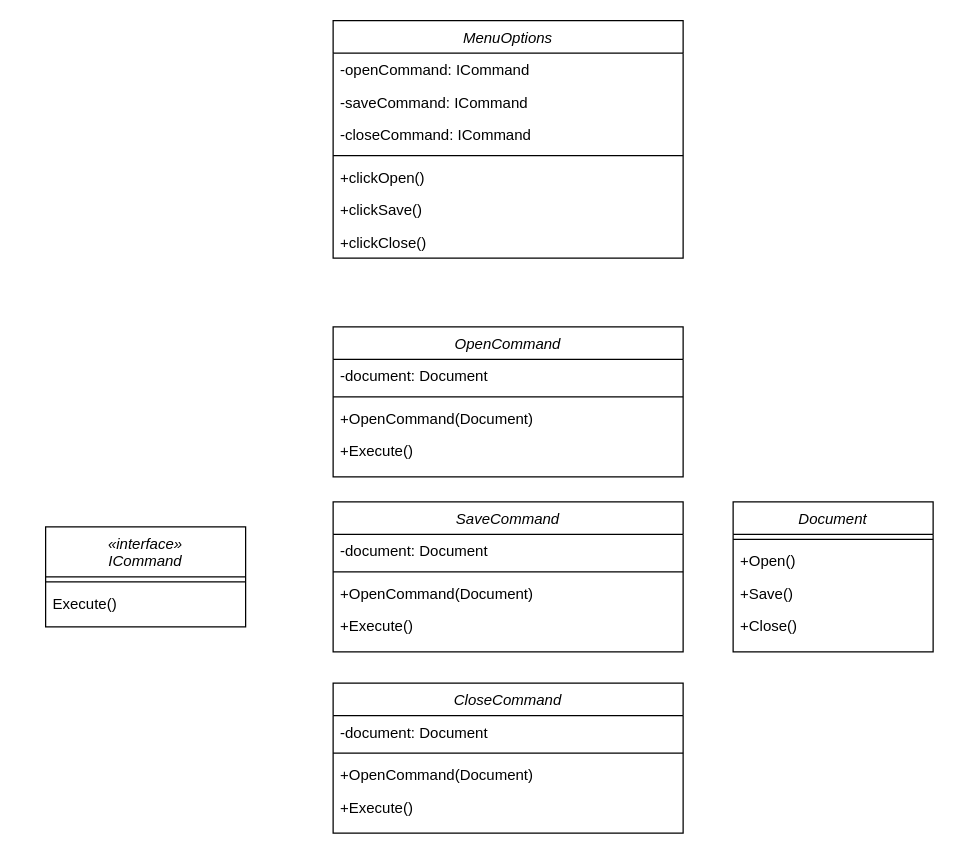
Above: page "Command" (2 of 2) of Class Diagram.drawio in seongguk92/DesignPatternExample (draw.io), before the change. Source tidied: cells renumbered, new cells numbered last; positions are measured from the earlier drawing's top-left corner, leaving out a move shared by most shapes. Both pictures are drawn from the tidied source at 125%, with x=0, y=0 at pixel (45, 20).
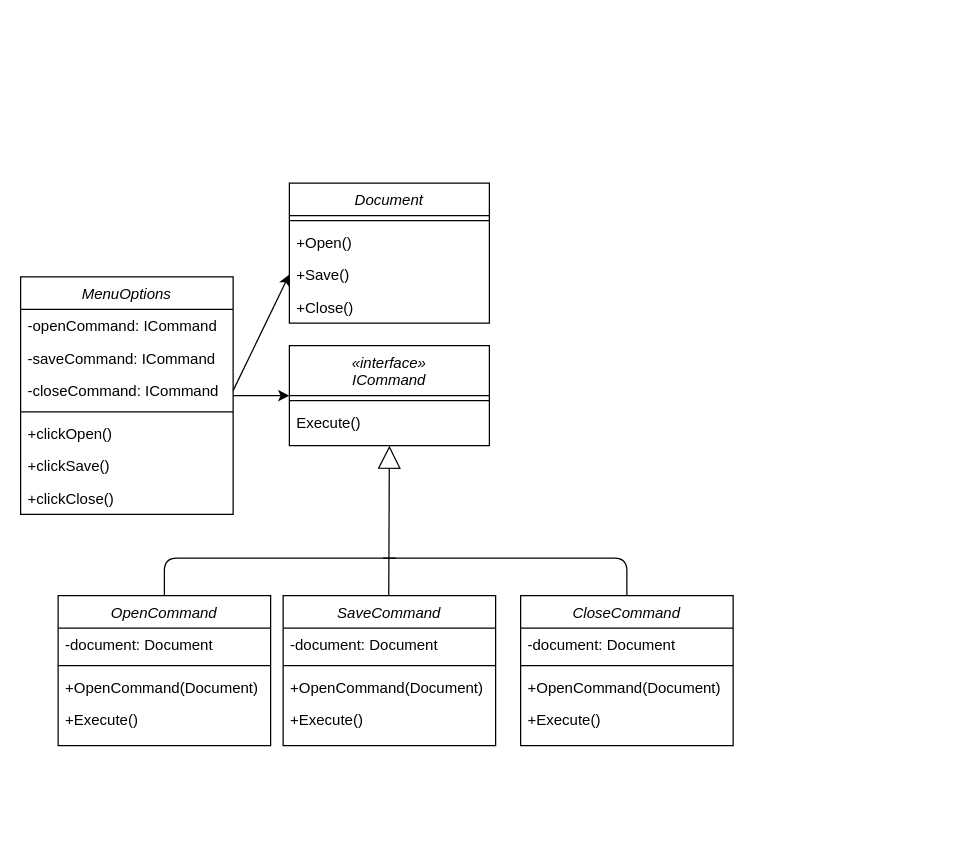
Above is the later version.

Commit message:
Command Pattern Class Diagram Update.drawio

Unchanged cells that the change refers to:
```xml
<mxCell id="5" value="+Save()&#10;" style="text;align=left;verticalAlign=top;spacingLeft=4;spacingRight=4;overflow=hidden;points=[[0,0.5],[1,0.5]];portConstraint=eastwest;" parent="2" vertex="1">
  <mxGeometry y="60" width="160" height="26" as="geometry" />
</mxCell>
```

Diff of the diagram source:
```diff
@@
     <mxCell id="2" value="Document&#10;" style="swimlane;fontStyle=2;align=center;verticalAlign=top;horizontal=1;startSize=26;rounded=0;shadow=0;strokeWidth=1;" parent="1" vertex="1">
-      <mxGeometry x="550" y="385" width="160" height="120" as="geometry" />
+      <mxGeometry x="195" y="130" width="160" height="112" as="geometry" />
     </mxCell>
@@
     <mxCell id="7" value="«interface»&#10;ICommand" style="swimlane;fontStyle=2;align=center;verticalAlign=top;horizontal=1;startSize=40;rounded=0;shadow=0;strokeWidth=1;" parent="1" vertex="1">
-      <mxGeometry y="405" width="160" height="80" as="geometry" />
+      <mxGeometry x="195" y="260" width="160" height="80" as="geometry" />
     </mxCell>
@@
     <mxCell id="10" value="OpenCommand" style="swimlane;fontStyle=2;align=center;verticalAlign=top;horizontal=1;startSize=26;rounded=0;shadow=0;strokeWidth=1;" parent="1" vertex="1">
-      <mxGeometry x="230" y="245" width="280" height="120" as="geometry" />
+      <mxGeometry x="10" y="460" width="170" height="120" as="geometry" />
     </mxCell>
     <mxCell id="11" value="-document: Document" style="text;align=left;verticalAlign=top;spacingLeft=4;spacingRight=4;overflow=hidden;" parent="10" vertex="1">
-      <mxGeometry y="26" width="280" height="26" as="geometry" />
+      <mxGeometry y="26" width="170" height="26" as="geometry" />
     </mxCell>
     <mxCell id="12" style="line;html=1;strokeWidth=1;align=left;verticalAlign=middle;spacingTop=-1;spacingLeft=3;spacingRight=3;labelPosition=right;" parent="10" vertex="1">
-      <mxGeometry y="52" width="280" height="8" as="geometry" />
+      <mxGeometry y="52" width="170" height="8" as="geometry" />
     </mxCell>
     <mxCell id="13" value="+OpenCommand(Document)" style="text;align=left;verticalAlign=top;spacingLeft=4;spacingRight=4;overflow=hidden;" parent="10" vertex="1">
-      <mxGeometry y="60" width="280" height="26" as="geometry" />
+      <mxGeometry y="60" width="170" height="26" as="geometry" />
     </mxCell>
     <mxCell id="14" value="+Execute()" style="text;align=left;verticalAlign=top;spacingLeft=4;spacingRight=4;overflow=hidden;" parent="10" vertex="1">
-      <mxGeometry y="86" width="280" height="26" as="geometry" />
+      <mxGeometry y="86" width="170" height="26" as="geometry" />
     </mxCell>
     <mxCell id="15" value="SaveCommand" style="swimlane;fontStyle=2;align=center;verticalAlign=top;horizontal=1;startSize=26;rounded=0;shadow=0;strokeWidth=1;" parent="1" vertex="1">
-      <mxGeometry x="230" y="385" width="280" height="120" as="geometry" />
+      <mxGeometry x="190" y="460" width="170" height="120" as="geometry" />
     </mxCell>
     <mxCell id="16" value="-document: Document" style="text;align=left;verticalAlign=top;spacingLeft=4;spacingRight=4;overflow=hidden;" parent="15" vertex="1">
-      <mxGeometry y="26" width="280" height="26" as="geometry" />
+      <mxGeometry y="26" width="170" height="26" as="geometry" />
     </mxCell>
     <mxCell id="17" style="line;html=1;strokeWidth=1;align=left;verticalAlign=middle;spacingTop=-1;spacingLeft=3;spacingRight=3;labelPosition=right;" parent="15" vertex="1">
-      <mxGeometry y="52" width="280" height="8" as="geometry" />
+      <mxGeometry y="52" width="170" height="8" as="geometry" />
     </mxCell>
     <mxCell id="18" value="+OpenCommand(Document)" style="text;align=left;verticalAlign=top;spacingLeft=4;spacingRight=4;overflow=hidden;" parent="15" vertex="1">
-      <mxGeometry y="60" width="280" height="26" as="geometry" />
+      <mxGeometry y="60" width="170" height="26" as="geometry" />
     </mxCell>
     <mxCell id="19" value="+Execute()" style="text;align=left;verticalAlign=top;spacingLeft=4;spacingRight=4;overflow=hidden;" parent="15" vertex="1">
-      <mxGeometry y="86" width="280" height="26" as="geometry" />
+      <mxGeometry y="86" width="170" height="26" as="geometry" />
     </mxCell>
     <mxCell id="20" value="CloseCommand" style="swimlane;fontStyle=2;align=center;verticalAlign=top;horizontal=1;startSize=26;rounded=0;shadow=0;strokeWidth=1;" parent="1" vertex="1">
-      <mxGeometry x="230" y="530" width="280" height="120" as="geometry" />
+      <mxGeometry x="380" y="460" width="170" height="120" as="geometry" />
     </mxCell>
     <mxCell id="21" value="-document: Document" style="text;align=left;verticalAlign=top;spacingLeft=4;spacingRight=4;overflow=hidden;" parent="20" vertex="1">
-      <mxGeometry y="26" width="280" height="26" as="geometry" />
+      <mxGeometry y="26" width="170" height="26" as="geometry" />
     </mxCell>
     <mxCell id="22" style="line;html=1;strokeWidth=1;align=left;verticalAlign=middle;spacingTop=-1;spacingLeft=3;spacingRight=3;labelPosition=right;" parent="20" vertex="1">
-      <mxGeometry y="52" width="280" height="8" as="geometry" />
+      <mxGeometry y="52" width="170" height="8" as="geometry" />
     </mxCell>
     <mxCell id="23" value="+OpenCommand(Document)" style="text;align=left;verticalAlign=top;spacingLeft=4;spacingRight=4;overflow=hidden;" parent="20" vertex="1">
-      <mxGeometry y="60" width="280" height="26" as="geometry" />
+      <mxGeometry y="60" width="170" height="26" as="geometry" />
     </mxCell>
     <mxCell id="24" value="+Execute()" style="text;align=left;verticalAlign=top;spacingLeft=4;spacingRight=4;overflow=hidden;" parent="20" vertex="1">
-      <mxGeometry y="86" width="280" height="26" as="geometry" />
+      <mxGeometry y="86" width="170" height="26" as="geometry" />
     </mxCell>
     <mxCell id="25" value="MenuOptions" style="swimlane;fontStyle=2;align=center;verticalAlign=top;horizontal=1;startSize=26;rounded=0;shadow=0;strokeWidth=1;" parent="1" vertex="1">
-      <mxGeometry x="230" width="280" height="190" as="geometry" />
+      <mxGeometry x="-20" y="205" width="170" height="190" as="geometry" />
     </mxCell>
     <mxCell id="26" value="-openCommand: ICommand" style="text;align=left;verticalAlign=top;spacingLeft=4;spacingRight=4;overflow=hidden;" parent="25" vertex="1">
-      <mxGeometry y="26" width="280" height="26" as="geometry" />
+      <mxGeometry y="26" width="170" height="26" as="geometry" />
     </mxCell>
     <mxCell id="27" value="-saveCommand: ICommand" style="text;align=left;verticalAlign=top;spacingLeft=4;spacingRight=4;overflow=hidden;" parent="25" vertex="1">
-      <mxGeometry y="52" width="280" height="26" as="geometry" />
+      <mxGeometry y="52" width="170" height="26" as="geometry" />
     </mxCell>
     <mxCell id="28" value="-closeCommand: ICommand" style="text;align=left;verticalAlign=top;spacingLeft=4;spacingRight=4;overflow=hidden;points=[[0,0.5],[1,0.5]];portConstraint=eastwest;" parent="25" vertex="1">
-      <mxGeometry y="78" width="280" height="26" as="geometry" />
+      <mxGeometry y="78" width="170" height="26" as="geometry" />
     </mxCell>
     <mxCell id="29" style="line;html=1;strokeWidth=1;align=left;verticalAlign=middle;spacingTop=-1;spacingLeft=3;spacingRight=3;labelPosition=right;" parent="25" vertex="1">
-      <mxGeometry y="104" width="280" height="8" as="geometry" />
+      <mxGeometry y="104" width="170" height="8" as="geometry" />
     </mxCell>
     <mxCell id="30" value="+clickOpen()" style="text;align=left;verticalAlign=top;spacingLeft=4;spacingRight=4;overflow=hidden;" parent="25" vertex="1">
-      <mxGeometry y="112" width="280" height="26" as="geometry" />
+      <mxGeometry y="112" width="170" height="26" as="geometry" />
     </mxCell>
     <mxCell id="31" value="+clickSave()" style="text;align=left;verticalAlign=top;spacingLeft=4;spacingRight=4;overflow=hidden;" parent="25" vertex="1">
-      <mxGeometry y="138" width="280" height="26" as="geometry" />
+      <mxGeometry y="138" width="170" height="26" as="geometry" />
     </mxCell>
     <mxCell id="32" value="+clickClose()" style="text;align=left;verticalAlign=top;spacingLeft=4;spacingRight=4;overflow=hidden;" parent="25" vertex="1">
-      <mxGeometry y="164" width="280" height="26" as="geometry" />
+      <mxGeometry y="164" width="170" height="26" as="geometry" />
     </mxCell>
+    <mxCell id="33" style="endArrow=block;endSize=16;endFill=0;html=1;entryX=0.5;entryY=1;entryDx=0;entryDy=0;" parent="1" edge="1" target="7">
+      <mxGeometry relative="1" as="geometry">
+        <mxPoint x="274.5" y="460" as="sourcePoint" />
+      </mxGeometry>
+    </mxCell>
+    <mxCell id="34" style="endArrow=none;html=1;exitX=0.5;exitY=0;exitDx=0;exitDy=0;" parent="1" edge="1" source="10">
+      <mxGeometry relative="1" as="geometry">
+        <mxPoint x="280" y="430" as="targetPoint" />
+        <Array as="points">
+          <mxPoint x="95" y="430" />
+        </Array>
+      </mxGeometry>
+    </mxCell>
+    <mxCell id="35" style="endArrow=none;html=1;exitX=0.5;exitY=0;exitDx=0;exitDy=0;" parent="1" edge="1" source="20">
+      <mxGeometry relative="1" as="geometry">
+        <mxPoint x="270" y="430" as="targetPoint" />
+        <Array as="points">
+          <mxPoint x="465" y="430" />
+        </Array>
+      </mxGeometry>
+    </mxCell>
+    <mxCell id="36" style="endArrow=classic;html=1;entryX=0;entryY=0.5;entryDx=0;entryDy=0;" parent="1" edge="1" target="7">
+      <mxGeometry relative="1" as="geometry">
+        <mxPoint x="150" y="300" as="sourcePoint" />
+      </mxGeometry>
+    </mxCell>
+    <mxCell id="37" style="endArrow=classic;html=1;entryX=0;entryY=0.5;entryDx=0;entryDy=0;exitX=1;exitY=0.5;exitDx=0;exitDy=0;" parent="1" edge="1" source="28" target="5">
+      <mxGeometry relative="1" as="geometry" />
+    </mxCell>
```
